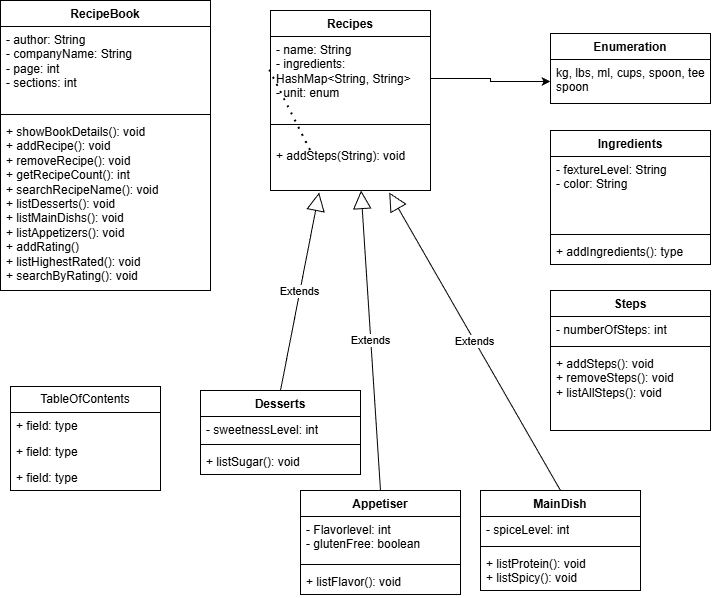
Earlier version of the draw.io export Diagram.drawio.png (mohammad9181/Delivrable-1-UML). Source tidied: cells renumbered, new cells last; positions are measured from the earlier drawing's top-left corner, leaving out a move shared by most shapes.
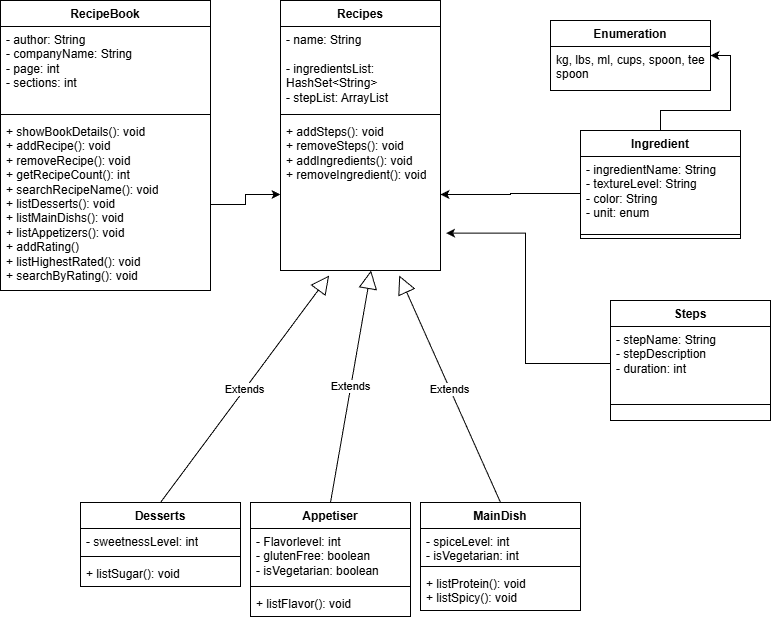
The same diagram one commit later.

Change to the diagram source:
```diff
@@ -15,19 +15,19 @@
       <mxGeometry y="118" width="210" height="172" as="geometry" />
     </mxCell>
     <mxCell id="6" value="Recipes" style="swimlane;fontStyle=1;align=center;verticalAlign=top;horizontal=1;startSize=26;whiteSpace=wrap;html=1;" parent="1" vertex="1">
-      <mxGeometry x="270" y="10" width="160" height="180" as="geometry" />
+      <mxGeometry x="280" width="160" height="270" as="geometry" />
     </mxCell>
-    <mxCell id="7" value="- name: String&lt;div&gt;- ingredients: HashMap&amp;lt;String, String&amp;gt;&lt;/div&gt;&lt;div&gt;- unit: enum&lt;/div&gt;&lt;div&gt;&lt;br&gt;&lt;/div&gt;" style="text;strokeColor=none;fillColor=none;align=left;verticalAlign=top;spacingLeft=4;spacingRight=4;overflow=hidden;points=[[0,0.5],[1,0.5]];portConstraint=eastwest;whiteSpace=wrap;html=1;" parent="6" vertex="1">
+    <mxCell id="7" value="- name: String&lt;div&gt;&lt;br&gt;&lt;/div&gt;&lt;div&gt;- ingredientsList: HashSet&amp;lt;String&amp;gt;&lt;/div&gt;&lt;div&gt;&lt;div&gt;- stepList: ArrayList&lt;/div&gt;&lt;div&gt;&lt;br&gt;&lt;/div&gt;&lt;/div&gt;" style="text;strokeColor=none;fillColor=none;align=left;verticalAlign=top;spacingLeft=4;spacingRight=4;overflow=hidden;points=[[0,0.5],[1,0.5]];portConstraint=eastwest;whiteSpace=wrap;html=1;" parent="6" vertex="1">
       <mxGeometry y="26" width="160" height="84" as="geometry" />
     </mxCell>
     <mxCell id="8" style="line;strokeWidth=1;fillColor=none;align=left;verticalAlign=middle;spacingTop=-1;spacingLeft=3;spacingRight=3;labelPosition=right;strokeColor=inherit;" parent="6" vertex="1">
       <mxGeometry y="110" width="160" height="8" as="geometry" />
     </mxCell>
-    <mxCell id="9" value="&lt;div&gt;&lt;br&gt;&lt;/div&gt;&lt;div&gt;&lt;span style=&quot;background-color: transparent; color: light-dark(rgb(0, 0, 0), rgb(255, 255, 255));&quot;&gt;+ addSteps(String): void&lt;/span&gt;&lt;/div&gt;" style="text;strokeColor=none;fillColor=none;align=left;verticalAlign=top;spacingLeft=4;spacingRight=4;overflow=hidden;points=[[0,0.5],[1,0.5]];portConstraint=eastwest;whiteSpace=wrap;html=1;" parent="6" vertex="1">
-      <mxGeometry y="118" width="160" height="62" as="geometry" />
+    <mxCell id="9" value="+ addSteps(): void&lt;div&gt;+ removeSteps(): void&lt;/div&gt;&lt;div&gt;+ addIngredients(): void&lt;div&gt;+ removeIngredient(): void&lt;/div&gt;&lt;/div&gt;" style="text;strokeColor=none;fillColor=none;align=left;verticalAlign=top;spacingLeft=4;spacingRight=4;overflow=hidden;points=[[0,0.5],[1,0.5]];portConstraint=eastwest;whiteSpace=wrap;html=1;" parent="6" vertex="1">
+      <mxGeometry y="118" width="160" height="152" as="geometry" />
     </mxCell>
     <mxCell id="10" value="Desserts" style="swimlane;fontStyle=1;align=center;verticalAlign=top;horizontal=1;startSize=26;whiteSpace=wrap;html=1;" parent="1" vertex="1">
-      <mxGeometry x="200" y="390" width="160" height="84" as="geometry" />
+      <mxGeometry x="80" y="502" width="160" height="84" as="geometry" />
     </mxCell>
     <mxCell id="11" value="&lt;div&gt;- sweetnessLevel: int&lt;/div&gt;" style="text;strokeColor=none;fillColor=none;align=left;verticalAlign=top;spacingLeft=4;spacingRight=4;overflow=hidden;whiteSpace=wrap;html=1;" parent="10" vertex="1">
       <mxGeometry y="26" width="160" height="24" as="geometry" />
@@ -39,24 +39,19 @@
       <mxGeometry y="58" width="160" height="26" as="geometry" />
     </mxCell>
     <mxCell id="14" value="MainDish" style="swimlane;fontStyle=1;align=center;verticalAlign=top;horizontal=1;startSize=26;whiteSpace=wrap;html=1;" parent="1" vertex="1">
-      <mxGeometry x="480" y="490" width="160" height="100" as="geometry" />
+      <mxGeometry x="420" y="502" width="160" height="108" as="geometry" />
     </mxCell>
-    <mxCell id="15" value="- spiceLevel: int" style="text;strokeColor=none;fillColor=none;align=left;verticalAlign=top;spacingLeft=4;spacingRight=4;overflow=hidden;whiteSpace=wrap;html=1;" parent="14" vertex="1">
-      <mxGeometry y="26" width="160" height="26" as="geometry" />
+    <mxCell id="15" value="- spiceLevel: int&lt;div&gt;- isVegetarian: int&lt;/div&gt;" style="text;strokeColor=none;fillColor=none;align=left;verticalAlign=top;spacingLeft=4;spacingRight=4;overflow=hidden;whiteSpace=wrap;html=1;" parent="14" vertex="1">
+      <mxGeometry y="26" width="160" height="34" as="geometry" />
     </mxCell>
     <mxCell id="16" style="line;strokeWidth=1;fillColor=none;align=left;verticalAlign=middle;spacingTop=-1;spacingLeft=3;spacingRight=3;labelPosition=right;strokeColor=inherit;" parent="14" vertex="1">
-      <mxGeometry y="52" width="160" height="8" as="geometry" />
+      <mxGeometry y="60" width="160" height="8" as="geometry" />
     </mxCell>
     <mxCell id="17" value="+ listProtein(): void&lt;div&gt;+ listSpicy(): void&lt;/div&gt;" style="text;strokeColor=none;fillColor=none;align=left;verticalAlign=top;spacingLeft=4;spacingRight=4;overflow=hidden;whiteSpace=wrap;html=1;" parent="14" vertex="1">
-      <mxGeometry y="60" width="160" height="40" as="geometry" />
+      <mxGeometry y="68" width="160" height="40" as="geometry" />
     </mxCell>
-    <mxCell id="18" style="endArrow=none;dashed=1;html=1;dashPattern=1 3;strokeWidth=2;rounded=0;entryX=-0.011;entryY=0.376;entryDx=0;entryDy=0;entryPerimeter=0;exitX=1;exitY=0.5;exitDx=0;exitDy=0;" parent="1" edge="1" target="7">
-      <mxGeometry relative="1" as="geometry">
-        <mxPoint x="310" y="150" as="sourcePoint" />
-      </mxGeometry>
-    </mxCell>
     <mxCell id="19" value="Enumeration" style="swimlane;fontStyle=1;align=center;verticalAlign=top;horizontal=1;startSize=26;whiteSpace=wrap;html=1;" parent="1" vertex="1">
-      <mxGeometry x="550" y="33" width="160" height="70" as="geometry" />
+      <mxGeometry x="550" y="20" width="160" height="70" as="geometry" />
     </mxCell>
     <mxCell id="20" value="kg, lbs, ml, cups, spoon, tee spoon" style="text;strokeColor=none;fillColor=none;align=left;verticalAlign=top;spacingLeft=4;spacingRight=4;overflow=hidden;points=[[0,0.5],[1,0.5]];portConstraint=eastwest;whiteSpace=wrap;html=1;" parent="19" vertex="1">
       <mxGeometry y="26" width="160" height="44" as="geometry" />
@@ -67,59 +62,53 @@
     <mxCell id="22" value="Extends" style="endArrow=block;endSize=16;endFill=0;html=1;rounded=0;exitX=0.5;exitY=0;exitDx=0;exitDy=0;entryX=0.304;entryY=1.033;entryDx=0;entryDy=0;entryPerimeter=0;" parent="1" edge="1" source="10" target="9">
       <mxGeometry relative="1" as="geometry" />
     </mxCell>
-    <mxCell id="23" style="edgeStyle=orthogonalEdgeStyle;rounded=0;jettySize=auto;html=1;" parent="1" edge="1" source="7" target="20">
-      <mxGeometry relative="1" as="geometry" />
-    </mxCell>
-    <mxCell id="24" value="TableOfContents" style="swimlane;fontStyle=0;horizontal=1;startSize=26;fillColor=none;whiteSpace=wrap;html=1;" parent="1" vertex="1">
-      <mxGeometry x="10" y="386" width="150" height="104" as="geometry" />
-    </mxCell>
-    <mxCell id="25" value="+ field: type" style="text;strokeColor=none;fillColor=none;align=left;verticalAlign=top;spacingLeft=4;spacingRight=4;overflow=hidden;whiteSpace=wrap;html=1;" parent="24" vertex="1">
-      <mxGeometry y="26" width="150" height="26" as="geometry" />
-    </mxCell>
-    <mxCell id="26" value="+ field: type" style="text;strokeColor=none;fillColor=none;align=left;verticalAlign=top;spacingLeft=4;spacingRight=4;overflow=hidden;whiteSpace=wrap;html=1;" parent="24" vertex="1">
-      <mxGeometry y="52" width="150" height="26" as="geometry" />
-    </mxCell>
-    <mxCell id="27" value="+ field: type" style="text;strokeColor=none;fillColor=none;align=left;verticalAlign=top;spacingLeft=4;spacingRight=4;overflow=hidden;whiteSpace=wrap;html=1;" parent="24" vertex="1">
-      <mxGeometry y="78" width="150" height="26" as="geometry" />
-    </mxCell>
     <mxCell id="28" value="Appetiser" style="swimlane;fontStyle=1;align=center;verticalAlign=top;horizontal=1;startSize=26;whiteSpace=wrap;html=1;" parent="1" vertex="1">
-      <mxGeometry x="300" y="490" width="160" height="104" as="geometry" />
+      <mxGeometry x="250" y="502" width="160" height="114" as="geometry" />
     </mxCell>
-    <mxCell id="29" value="- Flavorlevel: int&lt;div&gt;- glutenFree: boolean&lt;/div&gt;" style="text;strokeColor=none;fillColor=none;align=left;verticalAlign=top;spacingLeft=4;spacingRight=4;overflow=hidden;whiteSpace=wrap;html=1;" parent="28" vertex="1">
-      <mxGeometry y="26" width="160" height="44" as="geometry" />
+    <mxCell id="29" value="- Flavorlevel: int&lt;div&gt;- glutenFree: boolean&lt;/div&gt;&lt;div&gt;- isVegetarian: boolean&lt;/div&gt;" style="text;strokeColor=none;fillColor=none;align=left;verticalAlign=top;spacingLeft=4;spacingRight=4;overflow=hidden;whiteSpace=wrap;html=1;" parent="28" vertex="1">
+      <mxGeometry y="26" width="160" height="54" as="geometry" />
     </mxCell>
     <mxCell id="30" style="line;strokeWidth=1;fillColor=none;align=left;verticalAlign=middle;spacingTop=-1;spacingLeft=3;spacingRight=3;labelPosition=right;strokeColor=inherit;" parent="28" vertex="1">
-      <mxGeometry y="70" width="160" height="8" as="geometry" />
+      <mxGeometry y="80" width="160" height="8" as="geometry" />
     </mxCell>
     <mxCell id="31" value="+ listFlavor(): void" style="text;strokeColor=none;fillColor=none;align=left;verticalAlign=top;spacingLeft=4;spacingRight=4;overflow=hidden;whiteSpace=wrap;html=1;" parent="28" vertex="1">
-      <mxGeometry y="78" width="160" height="26" as="geometry" />
+      <mxGeometry y="88" width="160" height="26" as="geometry" />
     </mxCell>
     <mxCell id="32" value="Extends" style="endArrow=block;endSize=16;endFill=0;html=1;rounded=0;exitX=0.5;exitY=0;exitDx=0;exitDy=0;entryX=0.566;entryY=1;entryDx=0;entryDy=0;entryPerimeter=0;" parent="1" edge="1" source="28" target="9">
       <mxGeometry relative="1" as="geometry" />
     </mxCell>
+    <mxCell id="41" style="edgeStyle=orthogonalEdgeStyle;rounded=0;jettySize=auto;html=1;entryX=1;entryY=0.5;entryDx=0;entryDy=0;" parent="1" edge="1" source="33" target="19">
+      <mxGeometry relative="1" as="geometry" />
+    </mxCell>
-    <mxCell id="33" value="Ingredients" style="swimlane;fontStyle=1;align=center;verticalAlign=top;horizontal=1;startSize=26;whiteSpace=wrap;html=1;" parent="1" vertex="1">
-      <mxGeometry x="550" y="130" width="160" height="134" as="geometry" />
+    <mxCell id="33" value="Ingredient" style="swimlane;fontStyle=1;align=center;verticalAlign=top;horizontal=1;startSize=26;whiteSpace=wrap;html=1;" parent="1" vertex="1">
+      <mxGeometry x="580" y="130" width="160" height="108" as="geometry" />
     </mxCell>
-    <mxCell id="34" value="- fextureLevel: String&lt;div&gt;- color: String&lt;/div&gt;" style="text;strokeColor=none;fillColor=none;align=left;verticalAlign=top;spacingLeft=4;spacingRight=4;overflow=hidden;points=[[0,0.5],[1,0.5]];portConstraint=eastwest;whiteSpace=wrap;html=1;" parent="33" vertex="1">
+    <mxCell id="34" value="&lt;div&gt;- ingredientName: String&lt;/div&gt;- textureLevel: String&lt;div&gt;- color: String&lt;/div&gt;&lt;div&gt;- unit: enum&lt;/div&gt;" style="text;strokeColor=none;fillColor=none;align=left;verticalAlign=top;spacingLeft=4;spacingRight=4;overflow=hidden;points=[[0,0.5],[1,0.5]];portConstraint=eastwest;whiteSpace=wrap;html=1;" parent="33" vertex="1">
       <mxGeometry y="26" width="160" height="74" as="geometry" />
     </mxCell>
     <mxCell id="35" style="line;strokeWidth=1;fillColor=none;align=left;verticalAlign=middle;spacingTop=-1;spacingLeft=3;spacingRight=3;labelPosition=right;strokeColor=inherit;" parent="33" vertex="1">
       <mxGeometry y="100" width="160" height="8" as="geometry" />
     </mxCell>
-    <mxCell id="36" value="+ addIngredients(): type" style="text;strokeColor=none;fillColor=none;align=left;verticalAlign=top;spacingLeft=4;spacingRight=4;overflow=hidden;whiteSpace=wrap;html=1;" parent="33" vertex="1">
-      <mxGeometry y="108" width="160" height="26" as="geometry" />
-    </mxCell>
     <mxCell id="37" value="Steps" style="swimlane;fontStyle=1;align=center;verticalAlign=top;horizontal=1;startSize=26;whiteSpace=wrap;html=1;" parent="1" vertex="1">
-      <mxGeometry x="550" y="290" width="160" height="140" as="geometry" />
+      <mxGeometry x="610" y="300" width="160" height="120" as="geometry" />
     </mxCell>
-    <mxCell id="38" value="- numberOfSteps: int" style="text;strokeColor=none;fillColor=none;align=left;verticalAlign=top;spacingLeft=4;spacingRight=4;overflow=hidden;whiteSpace=wrap;html=1;" parent="37" vertex="1">
-      <mxGeometry y="26" width="160" height="26" as="geometry" />
-    </mxCell>
+    <mxCell id="42" value="- stepName: String&lt;div&gt;- stepDescription&lt;br&gt;- duration: int&lt;div&gt;&lt;br&gt;&lt;/div&gt;&lt;/div&gt;" style="text;strokeColor=none;fillColor=none;align=left;verticalAlign=top;spacingLeft=4;spacingRight=4;overflow=hidden;points=[[0,0.5],[1,0.5]];portConstraint=eastwest;whiteSpace=wrap;html=1;" parent="37" vertex="1">
+      <mxGeometry y="26" width="160" height="74" as="geometry" />
+    </mxCell>
     <mxCell id="39" style="line;strokeWidth=1;fillColor=none;align=left;verticalAlign=middle;spacingTop=-1;spacingLeft=3;spacingRight=3;labelPosition=right;strokeColor=inherit;" parent="37" vertex="1">
-      <mxGeometry y="52" width="160" height="8" as="geometry" />
+      <mxGeometry y="100" width="160" height="8" as="geometry" />
     </mxCell>
-    <mxCell id="40" value="+ addSteps(): void&lt;div&gt;+ removeSteps(): void&lt;/div&gt;&lt;div&gt;+ listAllSteps(): void&lt;/div&gt;&lt;div&gt;&lt;br&gt;&lt;/div&gt;" style="text;strokeColor=none;fillColor=none;align=left;verticalAlign=top;spacingLeft=4;spacingRight=4;overflow=hidden;whiteSpace=wrap;html=1;" parent="37" vertex="1">
-      <mxGeometry y="60" width="160" height="80" as="geometry" />
+    <mxCell id="40" value="&lt;div&gt;&lt;br&gt;&lt;/div&gt;" style="text;strokeColor=none;fillColor=none;align=left;verticalAlign=top;spacingLeft=4;spacingRight=4;overflow=hidden;whiteSpace=wrap;html=1;" parent="37" vertex="1">
+      <mxGeometry y="108" width="160" height="12" as="geometry" />
     </mxCell>
+    <mxCell id="43" style="edgeStyle=orthogonalEdgeStyle;rounded=0;jettySize=auto;html=1;" parent="1" edge="1" source="34" target="9">
+      <mxGeometry relative="1" as="geometry" />
+    </mxCell>
+    <mxCell id="44" style="edgeStyle=orthogonalEdgeStyle;rounded=0;jettySize=auto;html=1;entryX=1.035;entryY=0.754;entryDx=0;entryDy=0;entryPerimeter=0;" parent="1" edge="1" source="42" target="9">
+      <mxGeometry relative="1" as="geometry" />
+    </mxCell>
+    <mxCell id="45" style="edgeStyle=orthogonalEdgeStyle;rounded=0;jettySize=auto;html=1;" parent="1" edge="1" source="5" target="9">
+      <mxGeometry relative="1" as="geometry" />
+    </mxCell>
   </root>
 </mxGraphModel>
```
